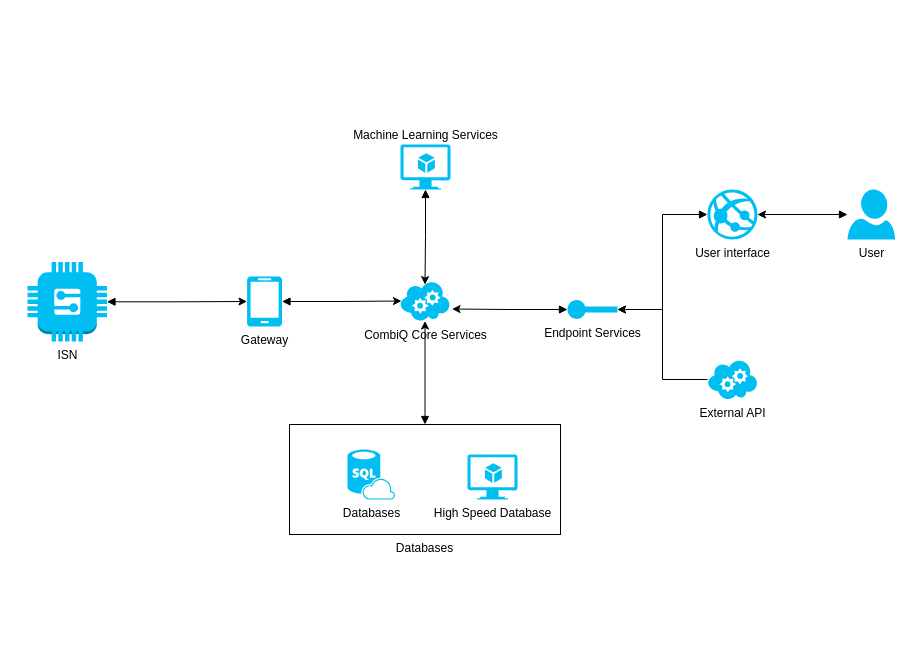
m1guel/diagrams keeps this draw.io diagram as combiq/CombiQInfrastructure.drawio. Above is the earlier version. Source tidied: cells renumbered, new cells numbered last; positions are measured from the earlier drawing's top-left corner, leaving out a move shared by most shapes. Both pictures are drawn from the tidied source at 100%, with x=0, y=0 at pixel (27, 144).
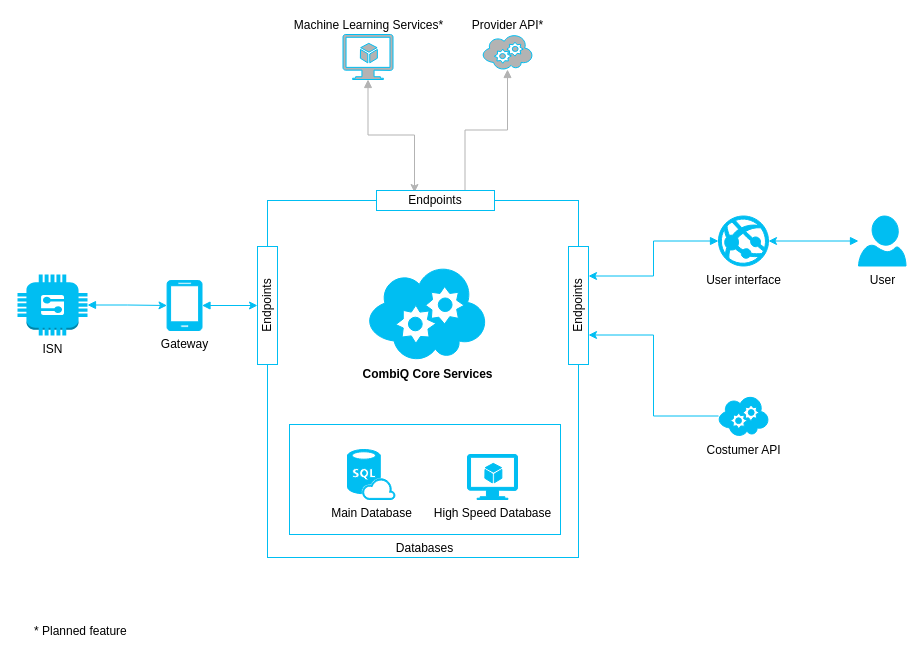
Above is the later version.

What changed in the source:
```diff
@@
-    <mxCell id="2" style="edgeStyle=orthogonalEdgeStyle;rounded=0;jettySize=auto;html=1;startArrow=block;startFill=1;" parent="1" edge="1" source="3" target="9">
-      <mxGeometry relative="1" as="geometry" />
-    </mxCell>
+    <mxCell id="21" style="rounded=0;whiteSpace=wrap;html=1;fillColor=#FFFFFF;labelPosition=center;verticalLabelPosition=bottom;align=center;verticalAlign=top;strokeColor=#00BEF2;" parent="1" vertex="1">
+      <mxGeometry x="240" y="56" width="311" height="357" as="geometry" />
+    </mxCell>
-    <mxCell id="3" value="Databases" style="rounded=0;whiteSpace=wrap;html=1;fillColor=#FFFFFF;labelPosition=center;verticalLabelPosition=bottom;align=center;verticalAlign=top;" parent="1" vertex="1">
+    <mxCell id="3" value="Databases" style="rounded=0;whiteSpace=wrap;html=1;fillColor=#FFFFFF;labelPosition=center;verticalLabelPosition=bottom;align=center;verticalAlign=top;strokeColor=#00BEF2;" parent="1" vertex="1">
       <mxGeometry x="262" y="280" width="271" height="110" as="geometry" />
     </mxCell>
-    <mxCell id="4" style="edgeStyle=orthogonalEdgeStyle;rounded=0;jettySize=auto;html=1;entryX=1;entryY=0.5;entryDx=0;entryDy=0;entryPerimeter=0;startArrow=block;startFill=1;" parent="1" edge="1" source="5" target="15">
-      <mxGeometry relative="1" as="geometry" />
-    </mxCell>
+    <mxCell id="22" style="edgeStyle=orthogonalEdgeStyle;rounded=0;jettySize=auto;html=1;entryX=1;entryY=0.25;entryDx=0;entryDy=0;startArrow=block;startFill=1;strokeColor=#00BEF2;" parent="1" edge="1" source="5" target="27">
+      <mxGeometry relative="1" as="geometry" />
+    </mxCell>
-    <mxCell id="5" value="User interface" style="verticalLabelPosition=bottom;html=1;verticalAlign=top;align=center;strokeColor=none;fillColor=#00BEF2;shape=mxgraph.azure.azure_website;" parent="1" vertex="1">
-      <mxGeometry x="680" y="45" width="50" height="50" as="geometry" />
+    <mxCell id="5" value="User interface" style="verticalLabelPosition=bottom;html=1;verticalAlign=top;align=center;strokeColor=#00BEF2;fillColor=#00BEF2;shape=mxgraph.azure.azure_website;" parent="1" vertex="1">
+      <mxGeometry x="691" y="71.5" width="50" height="50" as="geometry" />
     </mxCell>
-    <mxCell id="6" value="Databases" style="verticalLabelPosition=bottom;html=1;verticalAlign=top;align=center;strokeColor=none;fillColor=#00BEF2;shape=mxgraph.azure.sql_database_sql_azure;" parent="1" vertex="1">
+    <mxCell id="6" value="Main Database" style="verticalLabelPosition=bottom;html=1;verticalAlign=top;align=center;strokeColor=#00BEF2;fillColor=#00BEF2;shape=mxgraph.azure.sql_database_sql_azure;" parent="1" vertex="1">
       <mxGeometry x="320" y="305" width="47.5" height="50" as="geometry" />
     </mxCell>
-    <mxCell id="7" style="edgeStyle=orthogonalEdgeStyle;rounded=0;jettySize=auto;html=1;entryX=0.03;entryY=0.5;entryDx=0;entryDy=0;entryPerimeter=0;startArrow=block;startFill=1;" parent="1" edge="1" source="8" target="9">
-      <mxGeometry relative="1" as="geometry" />
-    </mxCell>
+    <mxCell id="23" style="edgeStyle=orthogonalEdgeStyle;rounded=0;jettySize=auto;html=1;entryX=0;entryY=0.5;entryDx=0;entryDy=0;startArrow=block;startFill=1;strokeColor=#00BEF2;" parent="1" edge="1" source="8" target="26">
+      <mxGeometry relative="1" as="geometry" />
+    </mxCell>
-    <mxCell id="8" value="Gateway" style="verticalLabelPosition=bottom;html=1;verticalAlign=top;align=center;strokeColor=none;fillColor=#00BEF2;shape=mxgraph.azure.mobile;" parent="1" vertex="1">
-      <mxGeometry x="219.5" y="132" width="35" height="50" as="geometry" />
+    <mxCell id="8" value="Gateway" style="verticalLabelPosition=bottom;html=1;verticalAlign=top;align=center;strokeColor=#00BEF2;fillColor=#00BEF2;shape=mxgraph.azure.mobile;" parent="1" vertex="1">
+      <mxGeometry x="139.5" y="136" width="35" height="50" as="geometry" />
     </mxCell>
-    <mxCell id="9" value="CombiQ Core Services" style="verticalLabelPosition=bottom;html=1;verticalAlign=top;align=center;strokeColor=none;fillColor=#00BEF2;shape=mxgraph.azure.cloud_service;" parent="1" vertex="1">
-      <mxGeometry x="372.5" y="136.5" width="50" height="40" as="geometry" />
+    <mxCell id="9" value="CombiQ Core Services" style="verticalLabelPosition=bottom;html=1;verticalAlign=top;align=center;strokeColor=#00BEF2;fillColor=#00BEF2;shape=mxgraph.azure.cloud_service;fontStyle=1;" parent="1" vertex="1">
+      <mxGeometry x="340.5" y="121.5" width="118" height="94" as="geometry" />
     </mxCell>
-    <mxCell id="10" style="edgeStyle=orthogonalEdgeStyle;rounded=0;jettySize=auto;html=1;entryX=0.5;entryY=0.09;entryDx=0;entryDy=0;entryPerimeter=0;startArrow=block;startFill=1;" parent="1" edge="1" source="11" target="9">
-      <mxGeometry relative="1" as="geometry" />
-    </mxCell>
+    <mxCell id="24" style="edgeStyle=orthogonalEdgeStyle;rounded=0;jettySize=auto;html=1;entryX=0.1;entryY=0.678;entryDx=0;entryDy=0;entryPerimeter=0;startArrow=block;startFill=1;strokeColor=#B3B3B3;" parent="1" edge="1" source="11" target="28">
+      <mxGeometry relative="1" as="geometry" />
+    </mxCell>
-    <mxCell id="11" value="Machine Learning Services" style="verticalLabelPosition=top;html=1;verticalAlign=bottom;align=center;strokeColor=none;fillColor=#00BEF2;shape=mxgraph.azure.virtual_machine_feature;labelPosition=center;" parent="1" vertex="1">
-      <mxGeometry x="373" width="50" height="45" as="geometry" />
+    <mxCell id="11" value="Machine Learning Services*" style="verticalLabelPosition=top;html=1;verticalAlign=bottom;align=center;strokeColor=#00BEF2;fillColor=#B3B3B3;shape=mxgraph.azure.virtual_machine_feature;labelPosition=center;" parent="1" vertex="1">
+      <mxGeometry x="315.5" y="-110" width="50" height="45" as="geometry" />
     </mxCell>
-    <mxCell id="12" style="edgeStyle=orthogonalEdgeStyle;rounded=0;jettySize=auto;html=1;entryX=1;entryY=0.5;entryDx=0;entryDy=0;entryPerimeter=0;startArrow=block;startFill=1;" parent="1" edge="1" source="13" target="5">
+    <mxCell id="12" style="edgeStyle=orthogonalEdgeStyle;rounded=0;jettySize=auto;html=1;entryX=1;entryY=0.5;entryDx=0;entryDy=0;entryPerimeter=0;startArrow=block;startFill=1;strokeColor=#00BEF2;" parent="1" edge="1" source="13" target="5">
       <mxGeometry relative="1" as="geometry" />
     </mxCell>
-    <mxCell id="13" value="User" style="verticalLabelPosition=bottom;html=1;verticalAlign=top;align=center;strokeColor=none;fillColor=#00BEF2;shape=mxgraph.azure.user;" parent="1" vertex="1">
-      <mxGeometry x="820" y="45" width="47.5" height="50" as="geometry" />
+    <mxCell id="13" value="User" style="verticalLabelPosition=bottom;html=1;verticalAlign=top;align=center;strokeColor=#00BEF2;fillColor=#00BEF2;shape=mxgraph.azure.user;" parent="1" vertex="1">
+      <mxGeometry x="831" y="71.5" width="47.5" height="50" as="geometry" />
     </mxCell>
-    <mxCell id="14" style="edgeStyle=orthogonalEdgeStyle;rounded=0;jettySize=auto;html=1;entryX=1.04;entryY=0.7;entryDx=0;entryDy=0;entryPerimeter=0;startArrow=block;startFill=1;" parent="1" edge="1" source="15" target="9">
-      <mxGeometry relative="1" as="geometry" />
-    </mxCell>
-    <mxCell id="15" value="Endpoint Services" style="verticalLabelPosition=bottom;html=1;verticalAlign=top;align=center;strokeColor=none;fillColor=#00BEF2;shape=mxgraph.azure.service_endpoint;" parent="1" vertex="1">
-      <mxGeometry x="540" y="155" width="50" height="20" as="geometry" />
-    </mxCell>
-    <mxCell id="16" style="edgeStyle=orthogonalEdgeStyle;rounded=0;jettySize=auto;html=1;entryX=0;entryY=0.5;entryDx=0;entryDy=0;entryPerimeter=0;startArrow=block;startFill=1;" parent="1" edge="1" source="17" target="8">
+    <mxCell id="16" style="edgeStyle=orthogonalEdgeStyle;rounded=0;jettySize=auto;html=1;entryX=0;entryY=0.5;entryDx=0;entryDy=0;entryPerimeter=0;startArrow=block;startFill=1;strokeColor=#00BEF2;" parent="1" edge="1" source="17" target="8">
       <mxGeometry relative="1" as="geometry" />
     </mxCell>
-    <mxCell id="17" value="ISN" style="outlineConnect=0;dashed=0;verticalLabelPosition=bottom;verticalAlign=top;align=center;html=1;shape=mxgraph.aws3.generic;fillColor=#00BEF2;gradientColor=none;" parent="1" vertex="1">
-      <mxGeometry y="117.5" width="79.5" height="79.5" as="geometry" />
+    <mxCell id="17" value="ISN" style="outlineConnect=0;dashed=0;verticalLabelPosition=bottom;verticalAlign=top;align=center;html=1;shape=mxgraph.aws3.generic;fillColor=#00BEF2;gradientColor=none;strokeColor=#00BEF2;" parent="1" vertex="1">
+      <mxGeometry x="-10" y="130" width="70" height="61" as="geometry" />
     </mxCell>
-    <mxCell id="18" value="High Speed Database" style="verticalLabelPosition=bottom;html=1;verticalAlign=top;align=center;strokeColor=none;fillColor=#00BEF2;shape=mxgraph.azure.virtual_machine_feature;" parent="1" vertex="1">
+    <mxCell id="18" value="High Speed Database" style="verticalLabelPosition=bottom;html=1;verticalAlign=top;align=center;strokeColor=#00BEF2;fillColor=#00BEF2;shape=mxgraph.azure.virtual_machine_feature;" parent="1" vertex="1">
       <mxGeometry x="440" y="310" width="50" height="45" as="geometry" />
     </mxCell>
-    <mxCell id="19" style="edgeStyle=orthogonalEdgeStyle;rounded=0;jettySize=auto;html=1;entryX=1;entryY=0.5;entryDx=0;entryDy=0;entryPerimeter=0;" parent="1" edge="1" source="20" target="15">
-      <mxGeometry relative="1" as="geometry" />
-    </mxCell>
+    <mxCell id="25" style="edgeStyle=orthogonalEdgeStyle;rounded=0;jettySize=auto;html=1;entryX=0;entryY=0.25;entryDx=0;entryDy=0;startArrow=block;startFill=1;endArrow=none;endFill=0;strokeColor=#B3B3B3;" parent="1" edge="1" source="20" target="28">
+      <mxGeometry relative="1" as="geometry" />
+    </mxCell>
-    <mxCell id="20" value="External API" style="verticalLabelPosition=bottom;html=1;verticalAlign=top;align=center;strokeColor=none;fillColor=#00BEF2;shape=mxgraph.azure.cloud_service;" parent="1" vertex="1">
-      <mxGeometry x="680" y="215" width="50" height="40" as="geometry" />
+    <mxCell id="20" value="Provider API*" style="verticalLabelPosition=top;html=1;verticalAlign=bottom;align=center;strokeColor=#00BEF2;fillColor=#B3B3B3;shape=mxgraph.azure.cloud_service;labelPosition=center;" parent="1" vertex="1">
+      <mxGeometry x="455" y="-110" width="50" height="35" as="geometry" />
     </mxCell>
+    <mxCell id="26" value="Endpoints" style="rounded=0;whiteSpace=wrap;html=1;fillColor=#FFFFFF;strokeColor=#00BEF2;horizontal=0;" parent="1" vertex="1">
+      <mxGeometry x="230" y="102" width="20" height="118" as="geometry" />
+    </mxCell>
+    <mxCell id="27" value="Endpoints" style="rounded=0;whiteSpace=wrap;html=1;fillColor=#FFFFFF;strokeColor=#00BEF2;verticalAlign=middle;horizontal=0;" parent="1" vertex="1">
+      <mxGeometry x="541" y="102" width="20" height="118" as="geometry" />
+    </mxCell>
+    <mxCell id="28" value="Endpoints" style="rounded=0;whiteSpace=wrap;html=1;fillColor=#FFFFFF;rotation=90;strokeColor=#00BEF2;horizontal=0;" parent="1" vertex="1">
+      <mxGeometry x="398" y="-3" width="20" height="118" as="geometry" />
+    </mxCell>
+    <mxCell id="29" style="edgeStyle=orthogonalEdgeStyle;rounded=0;jettySize=auto;html=1;entryX=1;entryY=0.75;entryDx=0;entryDy=0;startArrow=none;startFill=0;strokeColor=#00BEF2;" parent="1" edge="1" source="30" target="27">
+      <mxGeometry relative="1" as="geometry" />
+    </mxCell>
+    <mxCell id="30" value="Costumer API" style="verticalLabelPosition=bottom;html=1;verticalAlign=top;align=center;strokeColor=#00BEF2;fillColor=#00BEF2;shape=mxgraph.azure.cloud_service;" parent="1" vertex="1">
+      <mxGeometry x="691" y="251.5" width="50" height="40" as="geometry" />
+    </mxCell>
+    <mxCell id="31" value="* Planned feature" style="text;html=1;align=left;verticalAlign=top;spacingTop=-4;" parent="1" vertex="1">
+      <mxGeometry x="5" y="477" width="110" height="20" as="geometry" />
+    </mxCell>
```
